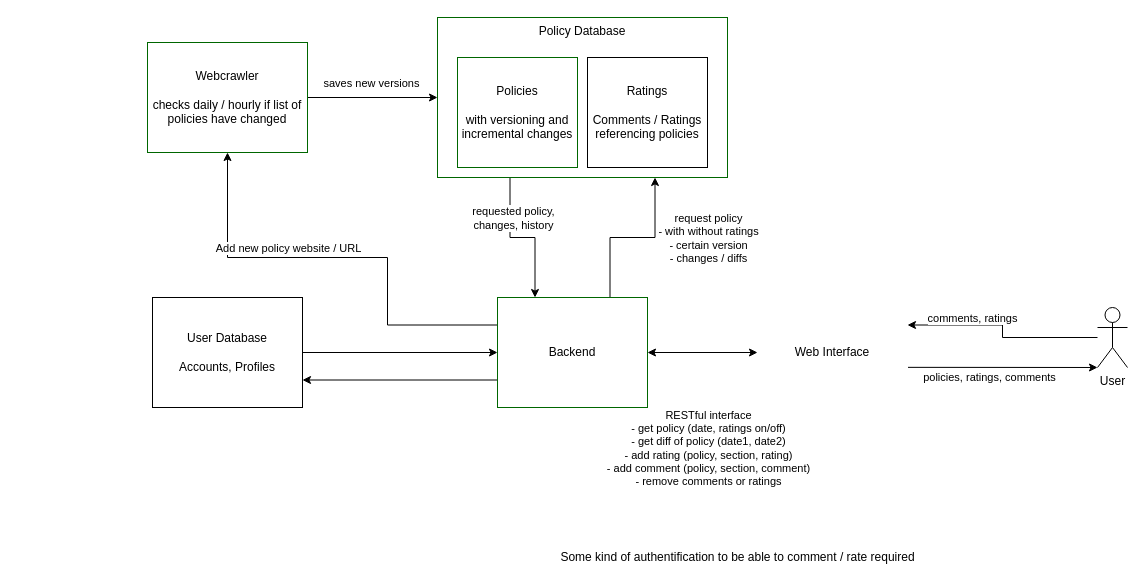
Tomp0801/PolicyCheck keeps this draw.io diagram as page "Components" (2 of 3) of doc/PolicyCheck.drawio. Above is the earlier version. Source tidied: cells renumbered, new cells numbered last; positions are measured from the earlier drawing's top-left corner, leaving out a move shared by most shapes. Both pictures are drawn from the tidied source at 100%, with x=0, y=0 at pixel (147, 17).
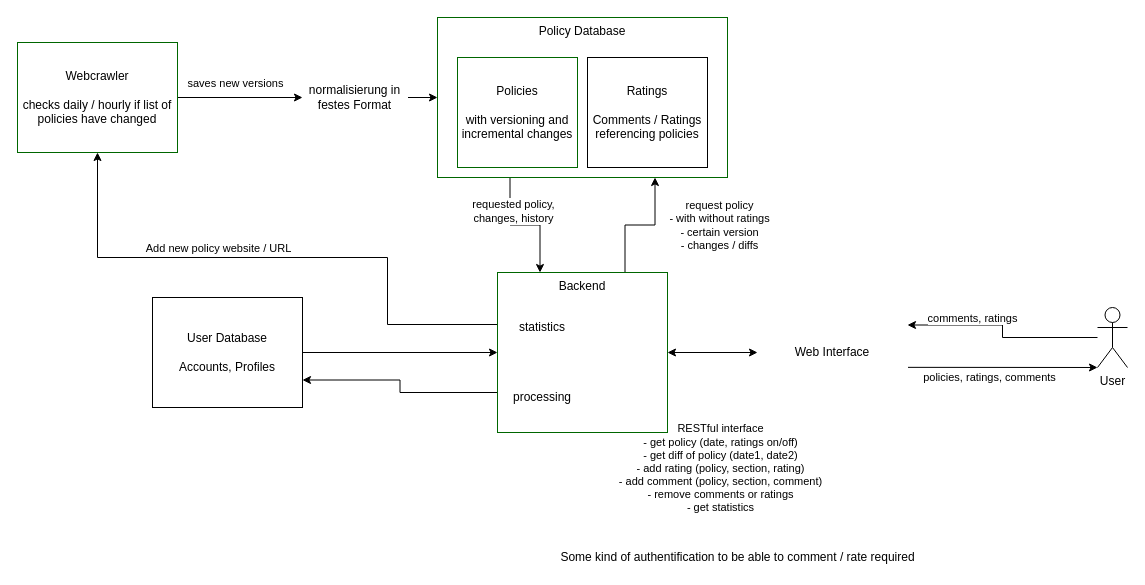
The same page after the edit.

The change refers to these unchanged cells:
```xml
<mxCell id="7" value="Policy Database" style="rounded=0;whiteSpace=wrap;html=1;verticalAlign=top;strokeColor=#006600;" parent="1" vertex="1">
  <mxGeometry x="290" width="290" height="160" as="geometry" />
</mxCell>
<mxCell id="13" style="edgeStyle=orthogonalEdgeStyle;rounded=0;jettySize=auto;html=1;startArrow=classic;startFill=1;" parent="1" edge="1" source="15" target="23">
  <mxGeometry relative="1" as="geometry" />
</mxCell>
```

Change to the diagram source:
```diff
@@
-    <mxCell id="2" style="edgeStyle=orthogonalEdgeStyle;rounded=0;jettySize=auto;html=1;" parent="1" edge="1" source="4" target="7">
+    <mxCell id="2" style="edgeStyle=orthogonalEdgeStyle;rounded=0;jettySize=auto;html=1;" parent="1" edge="1" source="4" target="30">
       <mxGeometry relative="1" as="geometry" />
     </mxCell>
     <mxCell id="3" value="saves new versions" style="edgeLabel;html=1;align=center;verticalAlign=middle;" parent="2" vertex="1">
       <mxGeometry x="-0.31" y="-2" relative="1" as="geometry">
-        <mxPoint x="18" y="-17" as="offset" />
+        <mxPoint x="14" y="-17" as="offset" />
       </mxGeometry>
     </mxCell>
     <mxCell id="4" value="Webcrawler&lt;br&gt;&lt;br&gt;checks daily / hourly if list of policies have changed" style="rounded=0;whiteSpace=wrap;html=1;strokeColor=#006600;" parent="1" vertex="1">
-      <mxGeometry y="25" width="160" height="110" as="geometry" />
+      <mxGeometry x="-130" y="25" width="160" height="110" as="geometry" />
     </mxCell>
@@
-    <mxCell id="14" value="RESTful interface&lt;br&gt;- get policy (date, ratings on/off)&lt;br&gt;- get diff of policy (date1, date2)&lt;br&gt;- add rating (policy, section, rating)&lt;br&gt;- add comment (policy, section, comment)&lt;br&gt;- remove comments or ratings" style="edgeLabel;html=1;align=center;verticalAlign=middle;" parent="13" vertex="1">
+    <mxCell id="14" value="RESTful interface&lt;br&gt;- get policy (date, ratings on/off)&lt;br&gt;- get diff of policy (date1, date2)&lt;br&gt;- add rating (policy, section, rating)&lt;br&gt;- add comment (policy, section, comment)&lt;br&gt;- remove comments or ratings&lt;br&gt;- get statistics" style="edgeLabel;html=1;align=center;verticalAlign=middle;" parent="13" vertex="1">
       <mxGeometry x="0.16" relative="1" as="geometry">
-        <mxPoint x="14" y="95" as="offset" />
+        <mxPoint x="14" y="115" as="offset" />
       </mxGeometry>
     </mxCell>
@@
     <mxCell id="21" style="edgeStyle=orthogonalEdgeStyle;rounded=0;jettySize=auto;html=1;startArrow=none;startFill=0;exitX=0;exitY=0.25;exitDx=0;exitDy=0;entryX=0.5;entryY=1;entryDx=0;entryDy=0;" parent="1" edge="1" source="23" target="4">
       <mxGeometry relative="1" as="geometry">
         <Array as="points">
+          <mxPoint x="350" y="307" />
           <mxPoint x="240" y="307" />
           <mxPoint x="240" y="240" />
-          <mxPoint x="80" y="240" />
+          <mxPoint x="-50" y="240" />
         </Array>
       </mxGeometry>
     </mxCell>
@@
-    <mxCell id="23" value="Backend" style="rounded=0;whiteSpace=wrap;html=1;strokeColor=#006600;" parent="1" vertex="1">
-      <mxGeometry x="350" y="280" width="150" height="110" as="geometry" />
+    <mxCell id="23" value="Backend" style="rounded=0;whiteSpace=wrap;html=1;strokeColor=#006600;verticalAlign=top;" parent="1" vertex="1">
+      <mxGeometry x="350" y="255" width="170" height="160" as="geometry" />
     </mxCell>
@@
+    <mxCell id="27" value="statistics" style="rounded=0;whiteSpace=wrap;html=1;strokeColor=#FFFFFF;" parent="1" vertex="1">
+      <mxGeometry x="360" y="290" width="70" height="40" as="geometry" />
+    </mxCell>
+    <mxCell id="28" value="processing" style="rounded=0;whiteSpace=wrap;html=1;strokeColor=#FFFFFF;" parent="1" vertex="1">
+      <mxGeometry x="360" y="360" width="70" height="40" as="geometry" />
+    </mxCell>
+    <mxCell id="29" style="edgeStyle=orthogonalEdgeStyle;rounded=0;jettySize=auto;html=1;startArrow=none;startFill=0;" parent="1" edge="1" source="30" target="7">
+      <mxGeometry relative="1" as="geometry" />
+    </mxCell>
+    <mxCell id="30" value="normalisierung in festes Format" style="rounded=0;whiteSpace=wrap;html=1;strokeColor=#FFFFFF;" parent="1" vertex="1">
+      <mxGeometry x="155" y="45" width="105" height="70" as="geometry" />
+    </mxCell>
```
